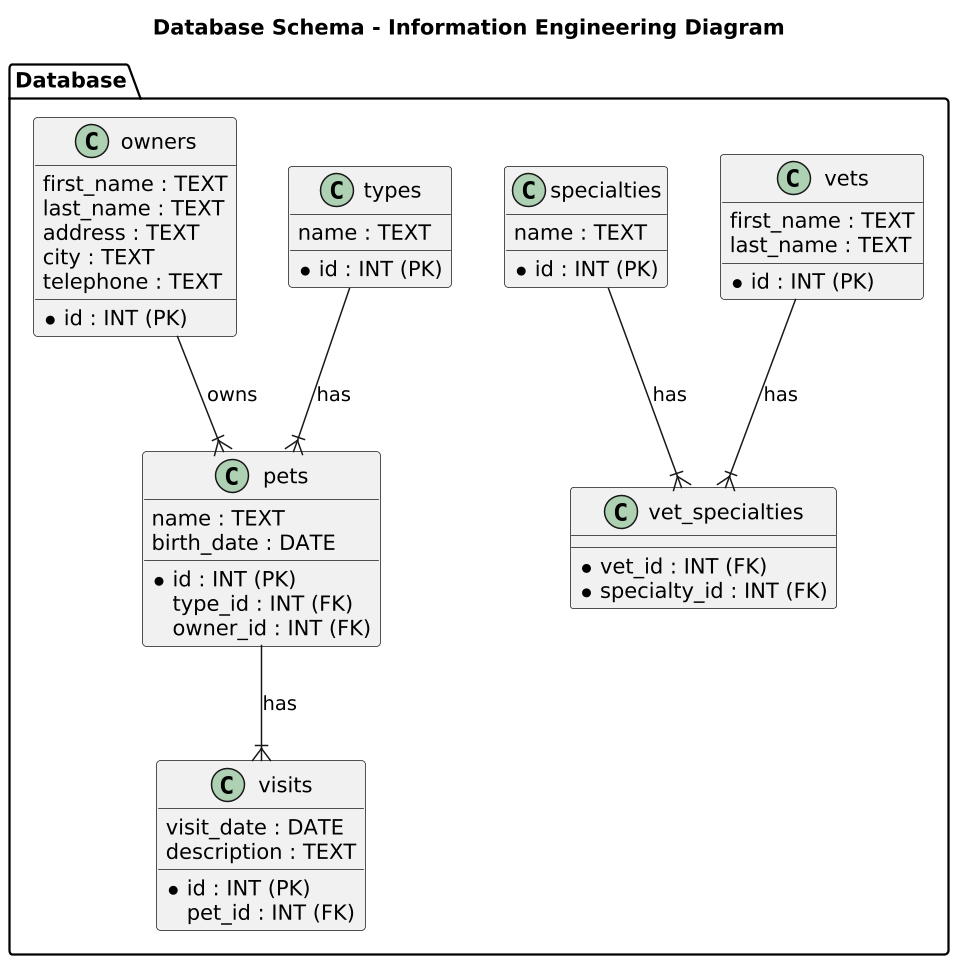
mydeveloperplanet/MyAICodingPlanet keeps this PlantUML diagram as generate-plantuml-from-sql/responses/1-db.png. Above is the earlier version.
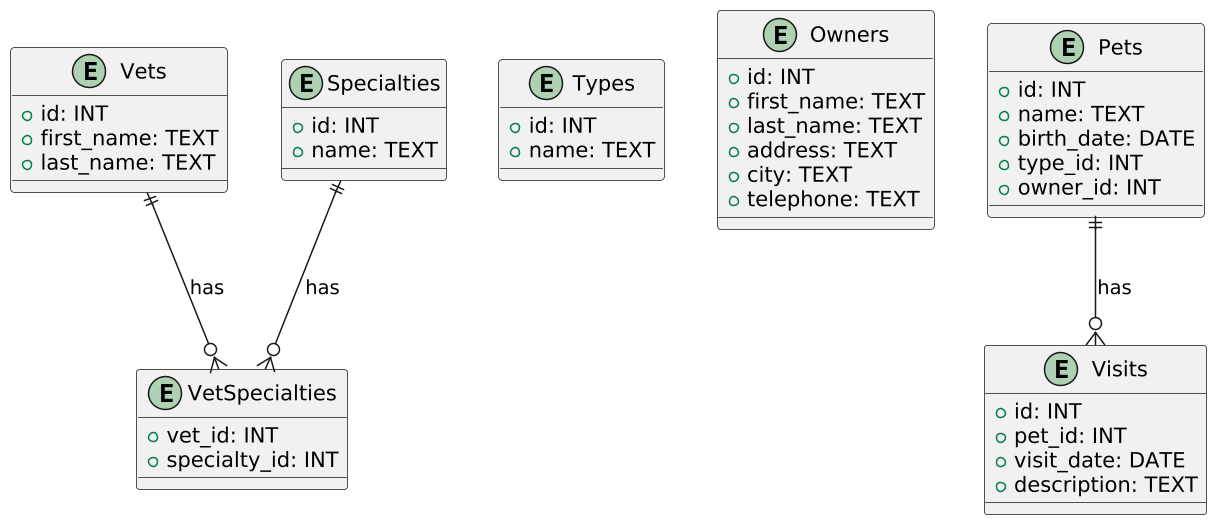
The same diagram one commit later.

The edit, as a diff of the source:
```diff
@@ -1,62 +1,53 @@
 @startuml
 scale 1.5
 
-!define RECTANGLE class
-
-title Database Schema - Information Engineering Diagram
-
-package "Database" {
-  RECTANGLE "vets" as VETS {
-    * id : INT (PK)
-    first_name : TEXT
-    last_name : TEXT
-  }
-
-  RECTANGLE "specialties" as SPECIALTIES {
-    * id : INT (PK)
-    name : TEXT
-  }
-
-  RECTANGLE "vet_specialties" as VET_SPECIALTIES {
-    * vet_id : INT (FK)
-    * specialty_id : INT (FK)
-  }
-
-  RECTANGLE "types" as TYPES {
-    * id : INT (PK)
-    name : TEXT
-  }
-
-  RECTANGLE "owners" as OWNERS {
-    * id : INT (PK)
-    first_name : TEXT
-    last_name : TEXT
-    address : TEXT
-    city : TEXT
-    telephone : TEXT
-  }
-
-  RECTANGLE "pets" as PETS {
-    * id : INT (PK)
-    name : TEXT
-    birth_date : DATE
-    type_id : INT (FK)
-    owner_id : INT (FK)
-  }
-
-  RECTANGLE "visits" as VISITS {
-    * id : INT (PK)
-    pet_id : INT (FK)
-    visit_date : DATE
-    description : TEXT
-  }
+entity Vets {
+  +id: INT
+  +first_name: TEXT
+  +last_name: TEXT
 }
 
-VETS --|{ VET_SPECIALTIES : has
-SPECIALTIES --|{ VET_SPECIALTIES : has
+entity Specialties {
+  +id: INT
+  +name: TEXT
+}
 
-TYPES --|{ PETS : has
-PETS --|{ VISITS : has
-OWNERS --|{ PETS : owns
+entity VetSpecialties {
+  +vet_id: INT
+  +specialty_id: INT
+}
+
+entity Types {
+  +id: INT
+  +name: TEXT
+}
+
+entity Owners {
+  +id: INT
+  +first_name: TEXT
+  +last_name: TEXT
+  +address: TEXT
+  +city: TEXT
+  +telephone: TEXT
+}
+
+entity Pets {
+  +id: INT
+  +name: TEXT
+  +birth_date: DATE
+  +type_id: INT
+  +owner_id: INT
+}
+
+entity Visits {
+  +id: INT
+  +pet_id: INT
+  +visit_date: DATE
+  +description: TEXT
+}
+
+Vets ||--o{ VetSpecialties : has
+Specialties ||--o{ VetSpecialties : has
+Pets ||--o{ Visits : has
 
 @enduml
```
